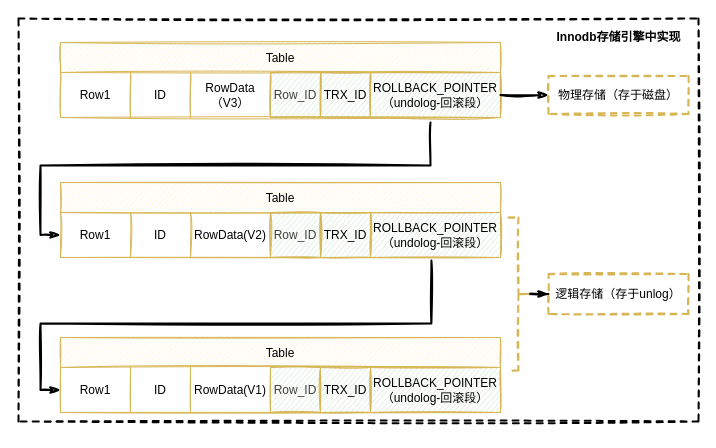
piqiu96/nbplan-golang keeps this draw.io diagram as draw/MySQL/MySQL-transaction.drawio. Above is the earlier version. Source tidied: cells renumbered, new cells numbered last; positions are measured from the earlier drawing's top-left corner, leaving out a move shared by most shapes. Both pictures are drawn from the tidied source at 100%, with x=0, y=0 at pixel (18, 18).
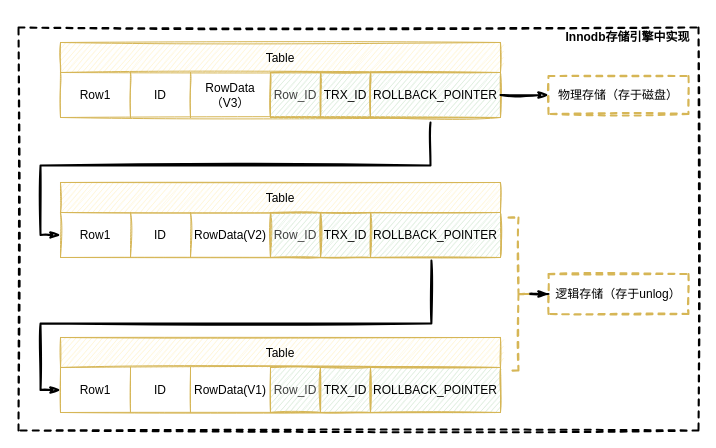
Above is the later version.

The change refers to these unchanged cells:
```xml
<mxCell id="3" style="shape=partialRectangle;fillColor=none;top=0;left=0;bottom=0;right=0;points=[[0,0.5],[1,0.5]];portConstraint=eastwest;strokeColor=#CCFFFF;rounded=0;sketch=1;" parent="2" vertex="1">
  <mxGeometry y="30" width="440" height="45" as="geometry" />
</mxCell>
<mxCell id="11" style="shape=partialRectangle;fillColor=none;top=0;left=0;bottom=0;right=0;points=[[0,0.5],[1,0.5]];portConstraint=eastwest;strokeColor=#CCFFFF;rounded=0;sketch=1;" parent="10" vertex="1">
  <mxGeometry y="30" width="440" height="45" as="geometry" />
</mxCell>
<mxCell id="19" style="shape=partialRectangle;fillColor=none;top=0;left=0;bottom=0;right=0;points=[[0,0.5],[1,0.5]];portConstraint=eastwest;strokeColor=#CCFFFF;rounded=0;sketch=1;" parent="18" vertex="1">
  <mxGeometry y="30" width="440" height="45" as="geometry" />
</mxCell>
```

The edit, as a diff of the source:
```diff
@@
-    <mxCell id="9" value="ROLLBACK_POINTER（undolog-回滚段）" style="shape=partialRectangle;html=1;whiteSpace=wrap;overflow=hidden;fillColor=#d5e8d4;top=1;left=1;bottom=1;right=1;strokeColor=#D6B656;labelBackgroundColor=none;labelBorderColor=none;shadow=0;backgroundOutline=0;rounded=0;sketch=1;" parent="3" vertex="1">
+    <mxCell id="9" value="ROLLBACK_POINTER" style="shape=partialRectangle;html=1;whiteSpace=wrap;overflow=hidden;fillColor=#d5e8d4;top=1;left=1;bottom=1;right=1;strokeColor=#D6B656;labelBackgroundColor=none;labelBorderColor=none;shadow=0;backgroundOutline=0;rounded=0;sketch=1;" parent="3" vertex="1">
       <mxGeometry x="310" width="130" height="45" as="geometry" />
     </mxCell>
@@
-    <mxCell id="17" value="ROLLBACK_POINTER（undolog-回滚段）" style="shape=partialRectangle;html=1;whiteSpace=wrap;overflow=hidden;fillColor=#d5e8d4;top=1;left=1;bottom=1;right=1;strokeColor=#D6B656;labelBackgroundColor=none;labelBorderColor=none;shadow=0;backgroundOutline=0;rounded=0;sketch=1;" parent="11" vertex="1">
+    <mxCell id="17" value="ROLLBACK_POINTER" style="shape=partialRectangle;html=1;whiteSpace=wrap;overflow=hidden;fillColor=#d5e8d4;top=1;left=1;bottom=1;right=1;strokeColor=#D6B656;labelBackgroundColor=none;labelBorderColor=none;shadow=0;backgroundOutline=0;rounded=0;sketch=1;" parent="11" vertex="1">
       <mxGeometry x="310" width="130" height="45" as="geometry" />
     </mxCell>
@@
-    <mxCell id="25" value="ROLLBACK_POINTER（undolog-回滚段）" style="shape=partialRectangle;html=1;whiteSpace=wrap;overflow=hidden;fillColor=#d5e8d4;top=1;left=1;bottom=1;right=1;strokeColor=#D6B656;labelBackgroundColor=none;labelBorderColor=none;shadow=0;backgroundOutline=0;rounded=0;sketch=1;" parent="19" vertex="1">
+    <mxCell id="25" value="ROLLBACK_POINTER" style="shape=partialRectangle;html=1;whiteSpace=wrap;overflow=hidden;fillColor=#d5e8d4;top=1;left=1;bottom=1;right=1;strokeColor=#D6B656;labelBackgroundColor=none;labelBorderColor=none;shadow=0;backgroundOutline=0;rounded=0;sketch=1;" parent="19" vertex="1">
       <mxGeometry x="310" width="130" height="45" as="geometry" />
     </mxCell>
@@
     <mxCell id="33" style="whiteSpace=wrap;html=1;glass=0;fillColor=none;dashed=1;strokeWidth=2;shadow=0;rounded=0;sketch=1;" parent="1" vertex="1">
-      <mxGeometry width="680" height="403" as="geometry" />
+      <mxGeometry y="9" width="680" height="403" as="geometry" />
     </mxCell>
     <mxCell id="34" value="&lt;b&gt;Innodb存储引擎中实现&lt;/b&gt;" style="text;html=1;align=center;verticalAlign=middle;strokeColor=none;fillColor=none;fontSize=12;rounded=0;sketch=1;" parent="1" vertex="1">
-      <mxGeometry x="530" y="9" width="140" height="20" as="geometry" />
+      <mxGeometry x="539" y="9" width="140" height="20" as="geometry" />
     </mxCell>
```
